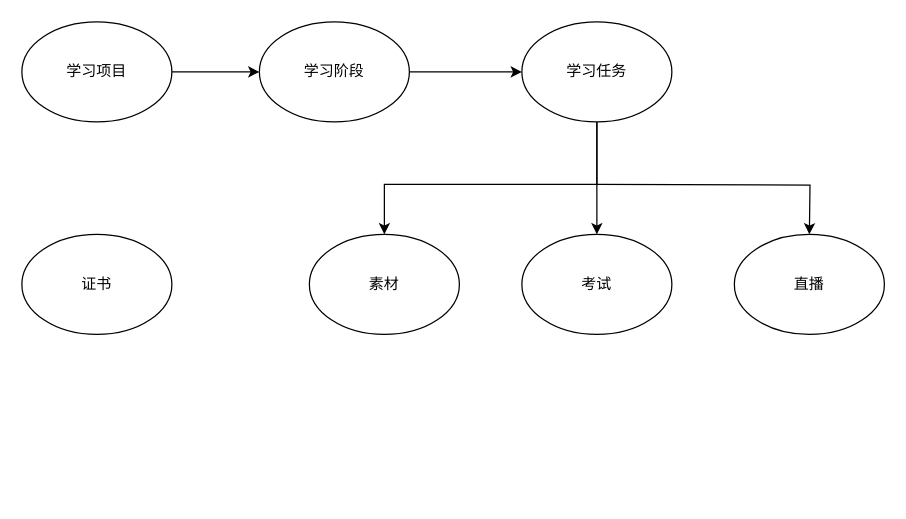
Before: 核心表关系.drawio in MAXAmbitious/designer, a draw.io diagram. Source tidied: cells renumbered, new cells numbered last; positions are measured from the earlier drawing's top-left corner, leaving out a move shared by most shapes. Both pictures are drawn from the tidied source at 125%, with x=0, y=0 at pixel (21, 21).
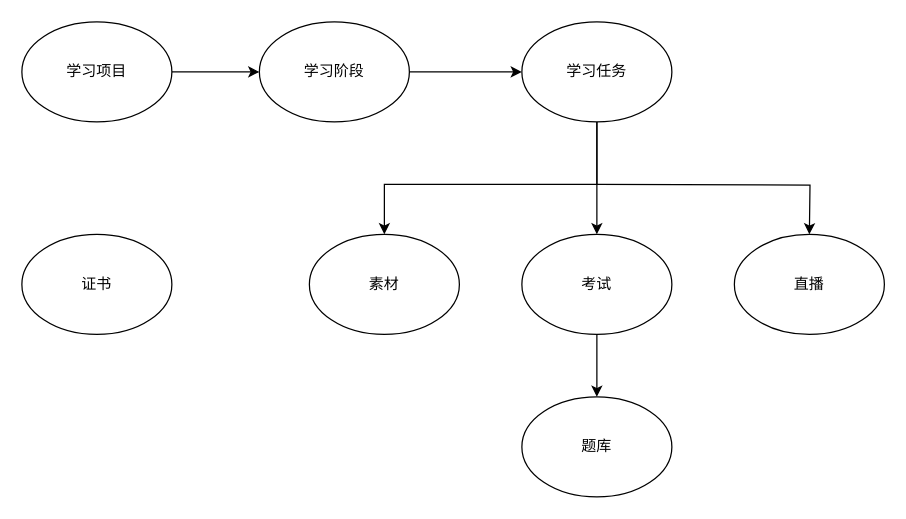
The same page after the edit.

Commit message (it also covers changes not shown here):
Update 核心表关系.drawio

What changed in the source:
```diff
@@
 <mxGraphModel>
   <root>
     <mxCell id="0" />
     <mxCell id="1" parent="0" />
     <mxCell id="2" style="edgeStyle=orthogonalEdgeStyle;rounded=0;jettySize=auto;html=1;" parent="1" edge="1" source="3" target="6">
       <mxGeometry relative="1" as="geometry" />
     </mxCell>
     <mxCell id="3" value="学习项目" style="ellipse;whiteSpace=wrap;html=1;" parent="1" vertex="1">
       <mxGeometry width="120" height="80" as="geometry" />
     </mxCell>
     <mxCell id="4" value="证书" style="ellipse;whiteSpace=wrap;html=1;" parent="1" vertex="1">
       <mxGeometry y="170" width="120" height="80" as="geometry" />
     </mxCell>
     <mxCell id="5" style="edgeStyle=orthogonalEdgeStyle;rounded=0;jettySize=auto;html=1;" parent="1" edge="1" source="6" target="10">
       <mxGeometry relative="1" as="geometry" />
     </mxCell>
     <mxCell id="6" value="学习阶段" style="ellipse;whiteSpace=wrap;html=1;" parent="1" vertex="1">
       <mxGeometry x="190" width="120" height="80" as="geometry" />
     </mxCell>
     <mxCell id="7" style="edgeStyle=orthogonalEdgeStyle;rounded=0;jettySize=auto;html=1;" parent="1" edge="1" source="10" target="12">
       <mxGeometry relative="1" as="geometry" />
     </mxCell>
     <mxCell id="8" style="edgeStyle=orthogonalEdgeStyle;rounded=0;jettySize=auto;html=1;entryX=0.5;entryY=0;entryDx=0;entryDy=0;" parent="1" edge="1" source="10" target="11">
       <mxGeometry relative="1" as="geometry">
         <Array as="points">
           <mxPoint x="460" y="130" />
           <mxPoint x="290" y="130" />
         </Array>
       </mxGeometry>
     </mxCell>
     <mxCell id="9" style="edgeStyle=orthogonalEdgeStyle;rounded=0;orthogonalLoop=1;jettySize=auto;html=1;" parent="1" edge="1">
       <mxGeometry relative="1" as="geometry">
         <mxPoint x="460" y="130" as="sourcePoint" />
         <mxPoint x="630" y="170" as="targetPoint" />
       </mxGeometry>
     </mxCell>
     <mxCell id="10" value="学习任务" style="ellipse;whiteSpace=wrap;html=1;" parent="1" vertex="1">
       <mxGeometry x="400" width="120" height="80" as="geometry" />
     </mxCell>
     <mxCell id="11" value="素材" style="ellipse;whiteSpace=wrap;html=1;" parent="1" vertex="1">
       <mxGeometry x="230" y="170" width="120" height="80" as="geometry" />
     </mxCell>
+    <mxCell id="14" style="edgeStyle=orthogonalEdgeStyle;rounded=0;jettySize=auto;html=1;" parent="1" edge="1" source="12" target="15">
+      <mxGeometry relative="1" as="geometry" />
+    </mxCell>
     <mxCell id="12" value="考试" style="ellipse;whiteSpace=wrap;html=1;" parent="1" vertex="1">
       <mxGeometry x="400" y="170" width="120" height="80" as="geometry" />
     </mxCell>
     <mxCell id="13" value="直播" style="ellipse;whiteSpace=wrap;html=1;" parent="1" vertex="1">
       <mxGeometry x="570" y="170" width="120" height="80" as="geometry" />
     </mxCell>
+    <mxCell id="15" value="题库" style="ellipse;whiteSpace=wrap;html=1;" parent="1" vertex="1">
+      <mxGeometry x="400" y="300" width="120" height="80" as="geometry" />
+    </mxCell>
   </root>
 </mxGraphModel>
```
